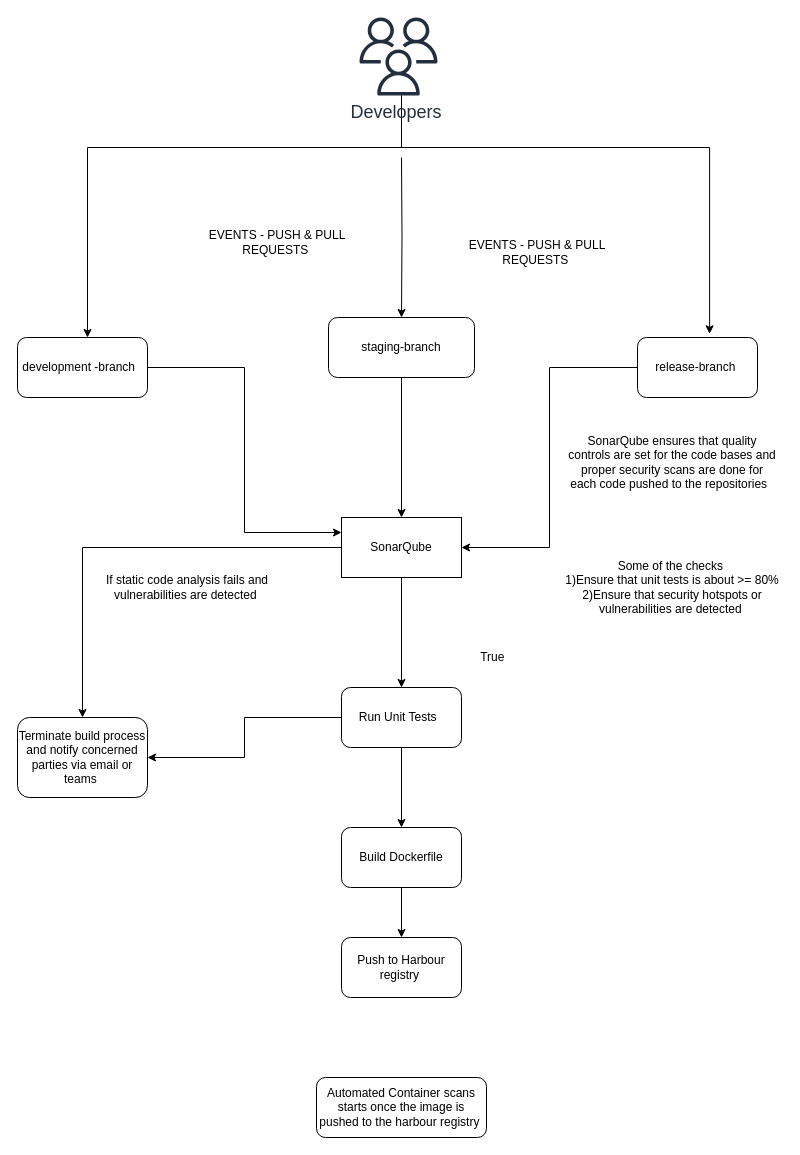
tyger-rareatom/consulting-architectures keeps this draw.io diagram as icurity.drawio. Above is the earlier version. Source tidied: cells renumbered, new cells numbered last; positions are measured from the earlier drawing's top-left corner, leaving out a move shared by most shapes. Both pictures are drawn from the tidied source at 100%, with x=0, y=0 at pixel (17, 17).
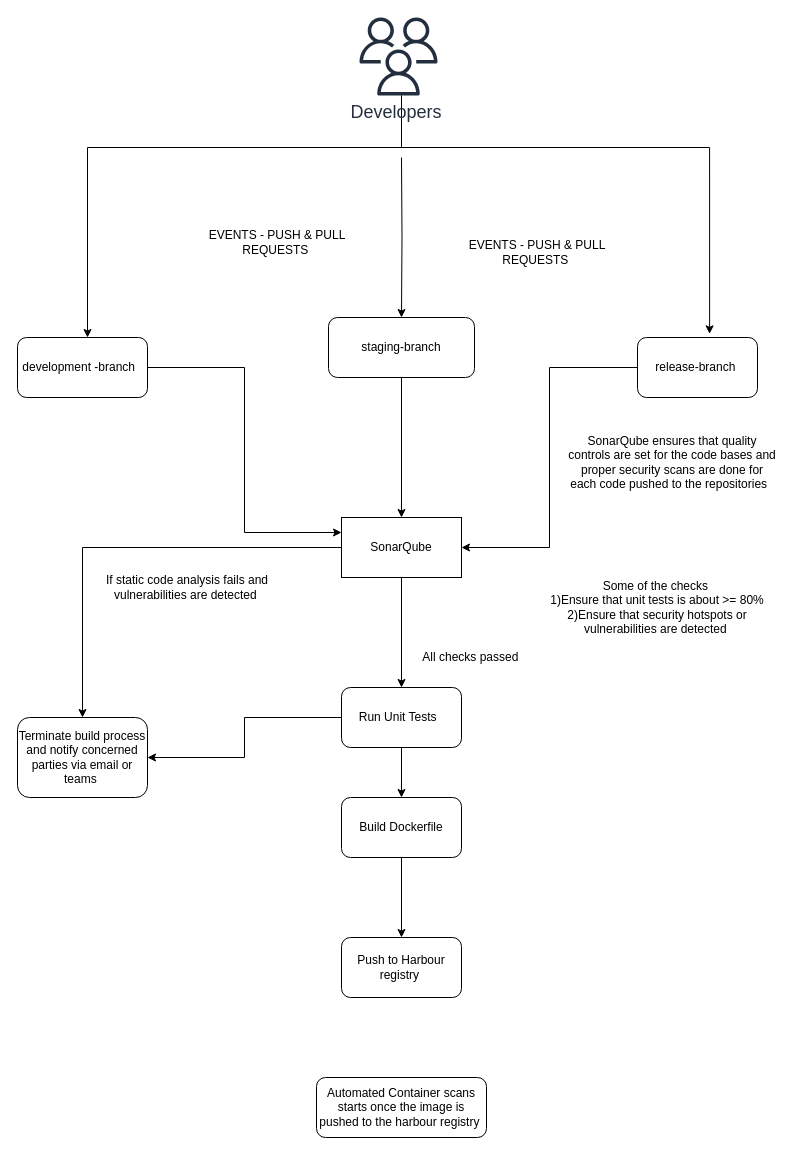
The same diagram, later.

Commit message:
Refactored the architecture

What changed in the source:
```diff
@@
     <mxCell id="18" value="Some of the checks&amp;nbsp;&lt;br&gt;1)Ensure that unit tests is about &amp;gt;= 80%&lt;br&gt;2)Ensure that security hotspots or vulnerabilities are detected&amp;nbsp;" style="text;html=1;strokeColor=none;fillColor=none;align=center;verticalAlign=middle;whiteSpace=wrap;rounded=0;" parent="1" vertex="1">
-      <mxGeometry x="545" y="520" width="220" height="100" as="geometry" />
+      <mxGeometry x="530" y="540" width="220" height="100" as="geometry" />
     </mxCell>
@@
-    <mxCell id="22" value="True&amp;nbsp;" style="text;html=1;strokeColor=none;fillColor=none;align=center;verticalAlign=middle;whiteSpace=wrap;rounded=0;" parent="1" vertex="1">
-      <mxGeometry x="457" y="630" width="40" height="20" as="geometry" />
+    <mxCell id="22" value="All checks passed&amp;nbsp;" style="text;html=1;strokeColor=none;fillColor=none;align=center;verticalAlign=middle;whiteSpace=wrap;rounded=0;" parent="1" vertex="1">
+      <mxGeometry x="395" y="630" width="120" height="20" as="geometry" />
     </mxCell>
@@
     <mxCell id="26" value="Build Dockerfile" style="rounded=1;whiteSpace=wrap;html=1;" parent="1" vertex="1">
-      <mxGeometry x="324" y="810" width="120" height="60" as="geometry" />
+      <mxGeometry x="324" y="780" width="120" height="60" as="geometry" />
     </mxCell>
```
